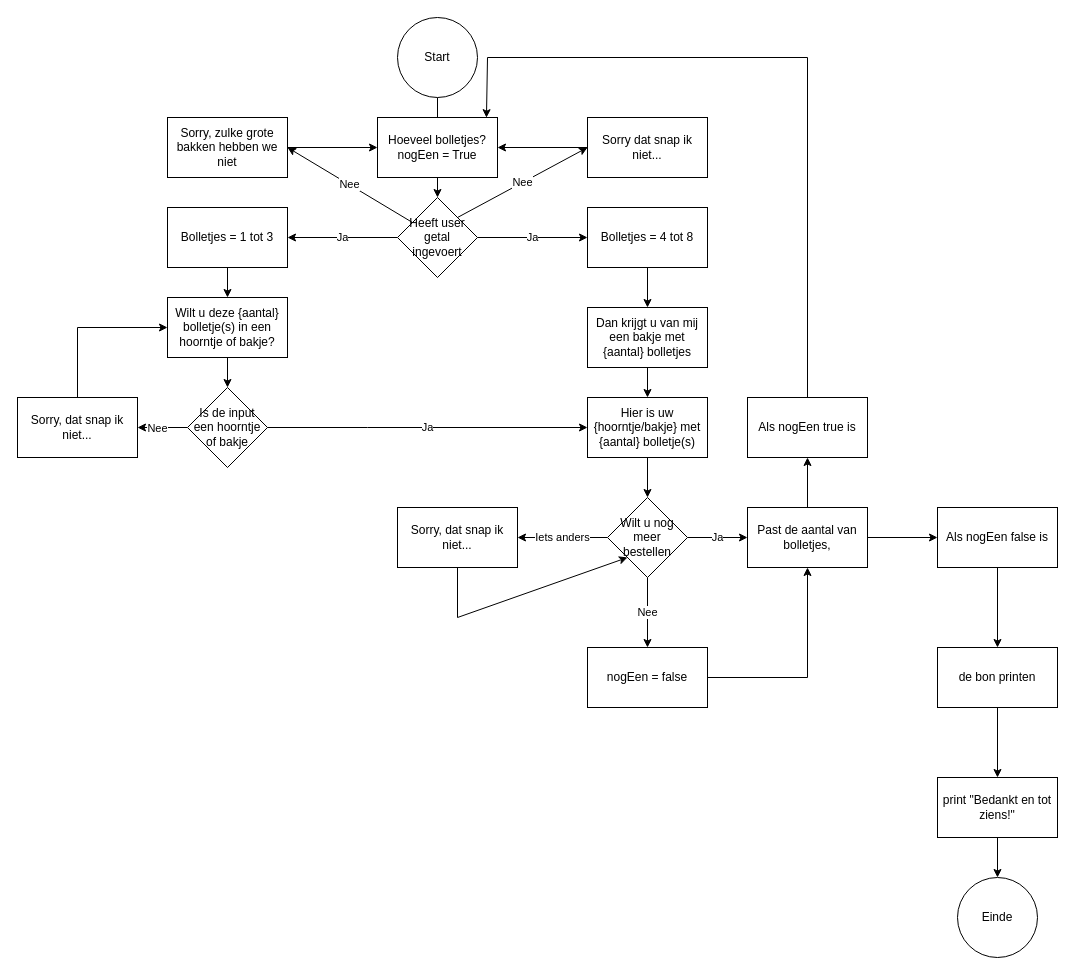
Earlier version of the draw.io diagram module_05-meer_fun(ctions)/proef_a-een_dry_ijssalon/ijssalon.drawio (KevinXu04/leren-programmeren). Source tidied: cells renumbered, new cells numbered last; positions are measured from the earlier drawing's top-left corner, leaving out a move shared by most shapes. Both pictures are drawn from the tidied source at 100%, with x=0, y=0 at pixel (17, 17).
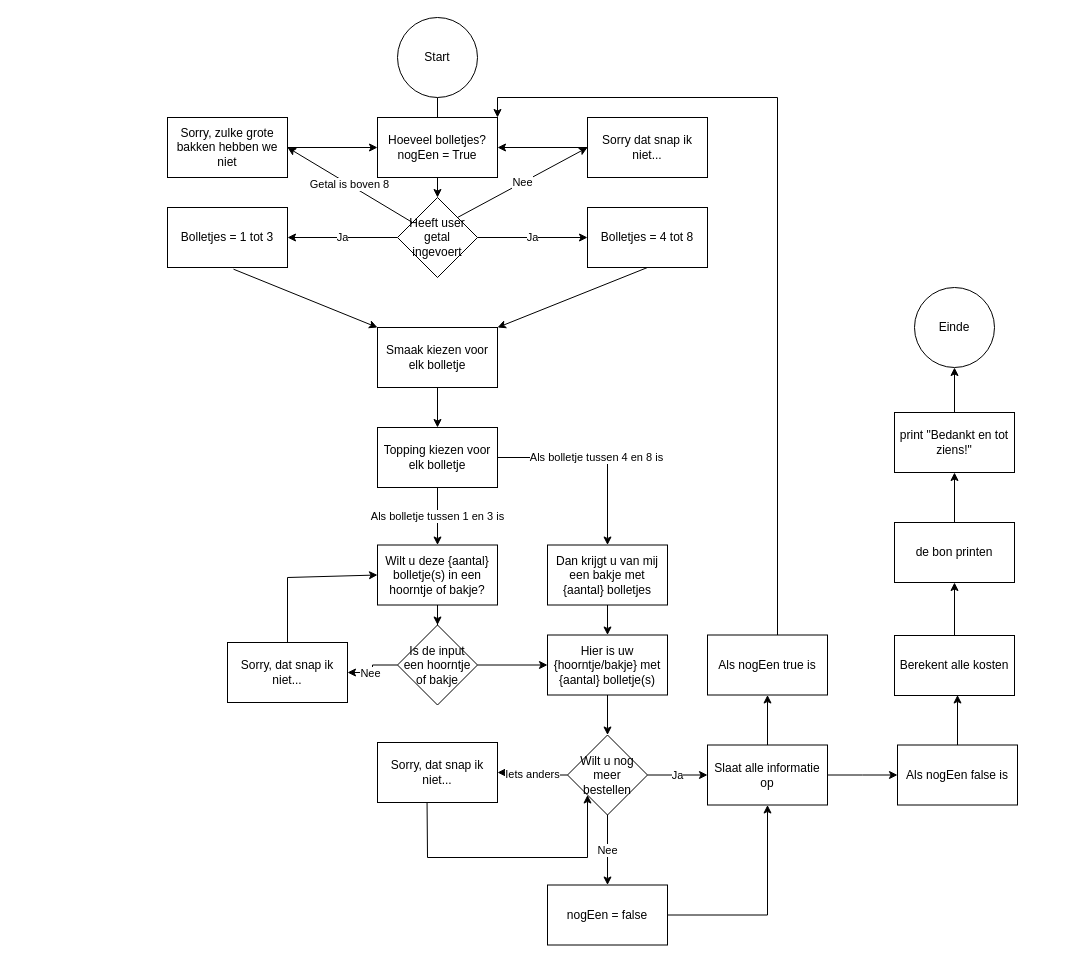
After the change.

Commit message (it also covers changes not shown here):
M5ProefA | Een DRY ijssalon | Toppings

Unchanged cells that the change refers to:
```xml
<mxCell id="4" value="Hoeveel bolletjes?&lt;br&gt;nogEen = True" style="whiteSpace=wrap;html=1;" parent="1" vertex="1">
  <mxGeometry x="360" y="100" width="120" height="60" as="geometry" />
</mxCell>
<mxCell id="7" value="Heeft user getal ingevoert" style="rhombus;whiteSpace=wrap;html=1;" parent="1" vertex="1">
  <mxGeometry x="380" y="180" width="80" height="80" as="geometry" />
</mxCell>
<mxCell id="10" value="Bolletjes = 1 tot 3" style="whiteSpace=wrap;html=1;" parent="1" vertex="1">
  <mxGeometry x="150" y="190" width="120" height="60" as="geometry" />
</mxCell>
<mxCell id="12" value="Bolletjes = 4 tot 8" style="whiteSpace=wrap;html=1;" parent="1" vertex="1">
  <mxGeometry x="570" y="190" width="120" height="60" as="geometry" />
</mxCell>
<mxCell id="15" value="Sorry, zulke grote bakken hebben we niet" style="rounded=0;whiteSpace=wrap;html=1;" parent="1" vertex="1">
  <mxGeometry x="150" y="100" width="120" height="60" as="geometry" />
</mxCell>
```

Change to the diagram source:
```diff
@@
-    <mxCell id="9" style="edgeStyle=orthogonalEdgeStyle;rounded=0;jettySize=auto;html=1;" parent="1" edge="1" source="10" target="20">
-      <mxGeometry relative="1" as="geometry" />
-    </mxCell>
@@
-    <mxCell id="11" style="edgeStyle=orthogonalEdgeStyle;rounded=0;jettySize=auto;html=1;" parent="1" edge="1" source="12" target="37">
-      <mxGeometry relative="1" as="geometry" />
-    </mxCell>
@@
-    <mxCell id="16" value="Nee" style="endArrow=classic;html=1;rounded=0;entryX=1;entryY=0.5;entryDx=0;entryDy=0;" parent="1" edge="1" source="7" target="15">
-      <mxGeometry relative="1" as="geometry" />
-    </mxCell>
@@
     <mxCell id="20" value="Wilt u deze {aantal} bolletje(s) in een hoorntje of bakje?" style="whiteSpace=wrap;html=1;" parent="1" vertex="1">
-      <mxGeometry x="150" y="280" width="120" height="60" as="geometry" />
+      <mxGeometry x="360" y="527.5" width="120" height="60" as="geometry" />
     </mxCell>
@@
     <mxCell id="22" value="Hier is uw {hoorntje/bakje} met {aantal} bolletje(s)" style="whiteSpace=wrap;html=1;" parent="1" vertex="1">
-      <mxGeometry x="570" y="380" width="120" height="60" as="geometry" />
+      <mxGeometry x="530" y="617.5" width="120" height="60" as="geometry" />
     </mxCell>
@@
+    <mxCell id="28" style="edgeStyle=orthogonalEdgeStyle;rounded=0;jettySize=auto;html=1;" parent="1" edge="1" source="25" target="22">
+      <mxGeometry relative="1" as="geometry" />
+    </mxCell>
     <mxCell id="25" value="Is de input een hoorntje of bakje" style="rhombus;whiteSpace=wrap;html=1;" parent="1" vertex="1">
-      <mxGeometry x="170" y="370" width="80" height="80" as="geometry" />
+      <mxGeometry x="380" y="607.5" width="80" height="80" as="geometry" />
     </mxCell>
     <mxCell id="26" value="Sorry, dat snap ik niet..." style="whiteSpace=wrap;html=1;" parent="1" vertex="1">
-      <mxGeometry y="380" width="120" height="60" as="geometry" />
+      <mxGeometry x="210" y="625" width="120" height="60" as="geometry" />
     </mxCell>
-    <mxCell id="27" style="endArrow=classic;html=1;rounded=0;exitX=0.5;exitY=0;exitDx=0;exitDy=0;entryX=0;entryY=0.5;entryDx=0;entryDy=0;" parent="1" edge="1" source="26" target="20">
-      <mxGeometry relative="1" as="geometry">
-        <Array as="points">
-          <mxPoint x="60" y="310" />
-        </Array>
-      </mxGeometry>
-    </mxCell>
-    <mxCell id="28" value="Ja" style="endArrow=classic;html=1;rounded=0;exitX=1;exitY=0.5;exitDx=0;exitDy=0;entryX=0;entryY=0.5;entryDx=0;entryDy=0;" parent="1" edge="1" source="25" target="22">
-      <mxGeometry relative="1" as="geometry">
-        <Array as="points">
-          <mxPoint x="350" y="410" />
-        </Array>
-      </mxGeometry>
-    </mxCell>
@@
     <mxCell id="32" value="Wilt u nog meer bestellen" style="rhombus;whiteSpace=wrap;html=1;" parent="1" vertex="1">
-      <mxGeometry x="590" y="480" width="80" height="80" as="geometry" />
+      <mxGeometry x="550" y="717.5" width="80" height="80" as="geometry" />
     </mxCell>
     <mxCell id="33" value="Sorry, dat snap ik niet..." style="whiteSpace=wrap;html=1;" parent="1" vertex="1">
-      <mxGeometry x="380" y="490" width="120" height="60" as="geometry" />
+      <mxGeometry x="360" y="725" width="120" height="60" as="geometry" />
     </mxCell>
-    <mxCell id="34" style="endArrow=classic;html=1;rounded=0;exitX=0.5;exitY=1;exitDx=0;exitDy=0;" parent="1" edge="1" source="33">
-      <mxGeometry relative="1" as="geometry">
-        <mxPoint x="610" y="540" as="targetPoint" />
-        <Array as="points">
-          <mxPoint x="440" y="600" />
-        </Array>
-      </mxGeometry>
-    </mxCell>
     <mxCell id="35" value="Einde" style="ellipse;whiteSpace=wrap;html=1;" parent="1" vertex="1">
-      <mxGeometry x="940" y="860" width="80" height="80" as="geometry" />
+      <mxGeometry x="897" y="270" width="80" height="80" as="geometry" />
     </mxCell>
@@
     <mxCell id="37" value="Dan krijgt u van mij een bakje met {aantal} bolletjes" style="whiteSpace=wrap;html=1;" parent="1" vertex="1">
-      <mxGeometry x="570" y="290" width="120" height="60" as="geometry" />
+      <mxGeometry x="530" y="527.5" width="120" height="60" as="geometry" />
     </mxCell>
@@
     <mxCell id="39" value="print &quot;Bedankt en tot ziens!&quot;" style="rounded=0;whiteSpace=wrap;html=1;" parent="1" vertex="1">
-      <mxGeometry x="920" y="760" width="120" height="60" as="geometry" />
+      <mxGeometry x="877" y="395" width="120" height="60" as="geometry" />
     </mxCell>
-    <mxCell id="40" style="edgeStyle=orthogonalEdgeStyle;rounded=0;jettySize=auto;html=1;" parent="1" edge="1" source="42" target="46">
-      <mxGeometry relative="1" as="geometry" />
+    <mxCell id="40" style="edgeStyle=orthogonalEdgeStyle;rounded=0;jettySize=auto;html=1;" parent="1" edge="1" source="42">
+      <mxGeometry relative="1" as="geometry">
+        <mxPoint x="880" y="757.5" as="targetPoint" />
+      </mxGeometry>
     </mxCell>
@@
-    <mxCell id="42" value="Past de aantal van bolletjes," style="whiteSpace=wrap;html=1;" parent="1" vertex="1">
-      <mxGeometry x="730" y="490" width="120" height="60" as="geometry" />
+    <mxCell id="42" value="Slaat alle informatie op" style="whiteSpace=wrap;html=1;" parent="1" vertex="1">
+      <mxGeometry x="690" y="727.5" width="120" height="60" as="geometry" />
     </mxCell>
@@
     <mxCell id="44" value="nogEen = false" style="whiteSpace=wrap;html=1;" parent="1" vertex="1">
-      <mxGeometry x="570" y="630" width="120" height="60" as="geometry" />
+      <mxGeometry x="530" y="867.5" width="120" height="60" as="geometry" />
     </mxCell>
-    <mxCell id="45" style="edgeStyle=orthogonalEdgeStyle;rounded=0;jettySize=auto;html=1;" parent="1" edge="1" source="46" target="48">
-      <mxGeometry relative="1" as="geometry" />
+    <mxCell id="45" style="edgeStyle=orthogonalEdgeStyle;rounded=0;orthogonalLoop=1;jettySize=auto;html=1;" parent="1" edge="1">
+      <mxGeometry relative="1" as="geometry">
+        <mxPoint x="940" y="727.5" as="sourcePoint" />
+        <mxPoint x="940" y="677.5" as="targetPoint" />
+      </mxGeometry>
     </mxCell>
     <mxCell id="46" value="Als nogEen false is" style="whiteSpace=wrap;html=1;" parent="1" vertex="1">
-      <mxGeometry x="920" y="490" width="120" height="60" as="geometry" />
+      <mxGeometry x="880" y="727.5" width="120" height="60" as="geometry" />
     </mxCell>
-    <mxCell id="47" style="edgeStyle=orthogonalEdgeStyle;rounded=0;jettySize=auto;html=1;" parent="1" edge="1" source="48" target="39">
-      <mxGeometry relative="1" as="geometry" />
+    <mxCell id="47" style="edgeStyle=orthogonalEdgeStyle;rounded=0;orthogonalLoop=1;jettySize=auto;html=1;" parent="1" edge="1">
+      <mxGeometry relative="1" as="geometry">
+        <mxPoint x="937" y="505" as="sourcePoint" />
+        <mxPoint x="937" y="455" as="targetPoint" />
+      </mxGeometry>
     </mxCell>
     <mxCell id="48" value="de bon printen" style="whiteSpace=wrap;html=1;" parent="1" vertex="1">
-      <mxGeometry x="920" y="630" width="120" height="60" as="geometry" />
+      <mxGeometry x="877" y="505" width="120" height="60" as="geometry" />
     </mxCell>
-    <mxCell id="49" style="edgeStyle=orthogonalEdgeStyle;rounded=0;jettySize=auto;html=1;entryX=0.908;entryY=0.003;entryDx=0;entryDy=0;entryPerimeter=0;" parent="1" edge="1" source="50" target="4">
+    <mxCell id="49" style="edgeStyle=orthogonalEdgeStyle;rounded=0;jettySize=auto;html=1;entryX=1;entryY=0;entryDx=0;entryDy=0;" parent="1" edge="1" source="50" target="4">
       <mxGeometry relative="1" as="geometry">
         <Array as="points">
-          <mxPoint x="790" y="40" />
-          <mxPoint x="470" y="40" />
-          <mxPoint x="470" y="100" />
+          <mxPoint x="760" y="80" />
+          <mxPoint x="480" y="80" />
         </Array>
       </mxGeometry>
     </mxCell>
     <mxCell id="50" value="Als nogEen true is" style="whiteSpace=wrap;html=1;" parent="1" vertex="1">
-      <mxGeometry x="730" y="380" width="120" height="60" as="geometry" />
+      <mxGeometry x="690" y="617.5" width="120" height="60" as="geometry" />
     </mxCell>
+    <mxCell id="51" value="Getal is boven 8" style="endArrow=classic;html=1;rounded=0;" parent="1" edge="1" source="7">
+      <mxGeometry relative="1" as="geometry">
+        <mxPoint x="270" y="130" as="targetPoint" />
+      </mxGeometry>
+    </mxCell>
+    <mxCell id="52" style="edgeStyle=orthogonalEdgeStyle;rounded=0;jettySize=auto;html=1;" parent="1" edge="1" source="53" target="56">
+      <mxGeometry relative="1" as="geometry" />
+    </mxCell>
+    <mxCell id="53" value="Smaak kiezen voor elk bolletje" style="whiteSpace=wrap;html=1;" parent="1" vertex="1">
+      <mxGeometry x="360" y="310" width="120" height="60" as="geometry" />
+    </mxCell>
+    <mxCell id="54" value="Als bolletje tussen 1 en 3 is" style="edgeStyle=orthogonalEdgeStyle;rounded=0;jettySize=auto;html=1;" parent="1" edge="1" source="56" target="20">
+      <mxGeometry relative="1" as="geometry" />
+    </mxCell>
+    <mxCell id="55" value="Als bolletje tussen 4 en 8 is" style="edgeStyle=orthogonalEdgeStyle;rounded=0;jettySize=auto;html=1;entryX=0.5;entryY=0;entryDx=0;entryDy=0;" parent="1" edge="1" source="56" target="37">
+      <mxGeometry relative="1" as="geometry" />
+    </mxCell>
+    <mxCell id="56" value="Topping kiezen voor elk bolletje" style="whiteSpace=wrap;html=1;" parent="1" vertex="1">
+      <mxGeometry x="360" y="410" width="120" height="60" as="geometry" />
+    </mxCell>
+    <mxCell id="57" style="endArrow=classic;html=1;rounded=0;exitX=0.5;exitY=1;exitDx=0;exitDy=0;" parent="1" edge="1" source="12">
+      <mxGeometry relative="1" as="geometry">
+        <mxPoint x="480" y="310" as="targetPoint" />
+      </mxGeometry>
+    </mxCell>
+    <mxCell id="58" style="endArrow=classic;html=1;rounded=0;exitX=0.55;exitY=1.028;exitDx=0;exitDy=0;exitPerimeter=0;entryX=0;entryY=0;entryDx=0;entryDy=0;" parent="1" edge="1" source="10" target="53">
+      <mxGeometry relative="1" as="geometry" />
+    </mxCell>
+    <mxCell id="27" style="endArrow=classic;html=1;rounded=0;exitX=0.5;exitY=0;exitDx=0;exitDy=0;entryX=0;entryY=0.5;entryDx=0;entryDy=0;" parent="1" edge="1" source="26" target="20">
+      <mxGeometry relative="1" as="geometry">
+        <Array as="points">
+          <mxPoint x="270" y="560" />
+        </Array>
+      </mxGeometry>
+    </mxCell>
+    <mxCell id="59" style="endArrow=classic;html=1;rounded=0;exitX=0.413;exitY=0.993;exitDx=0;exitDy=0;exitPerimeter=0;entryX=0;entryY=1;entryDx=0;entryDy=0;" parent="1" edge="1" source="33" target="32">
+      <mxGeometry relative="1" as="geometry">
+        <Array as="points">
+          <mxPoint x="410" y="840" />
+          <mxPoint x="570" y="840" />
+        </Array>
+      </mxGeometry>
+    </mxCell>
+    <mxCell id="60" style="edgeStyle=orthogonalEdgeStyle;rounded=0;jettySize=auto;html=1;" parent="1" edge="1" source="61" target="48">
+      <mxGeometry relative="1" as="geometry" />
+    </mxCell>
+    <mxCell id="61" value="Berekent alle kosten" style="rounded=0;whiteSpace=wrap;html=1;" parent="1" vertex="1">
+      <mxGeometry x="877" y="618" width="120" height="60" as="geometry" />
+    </mxCell>
```
